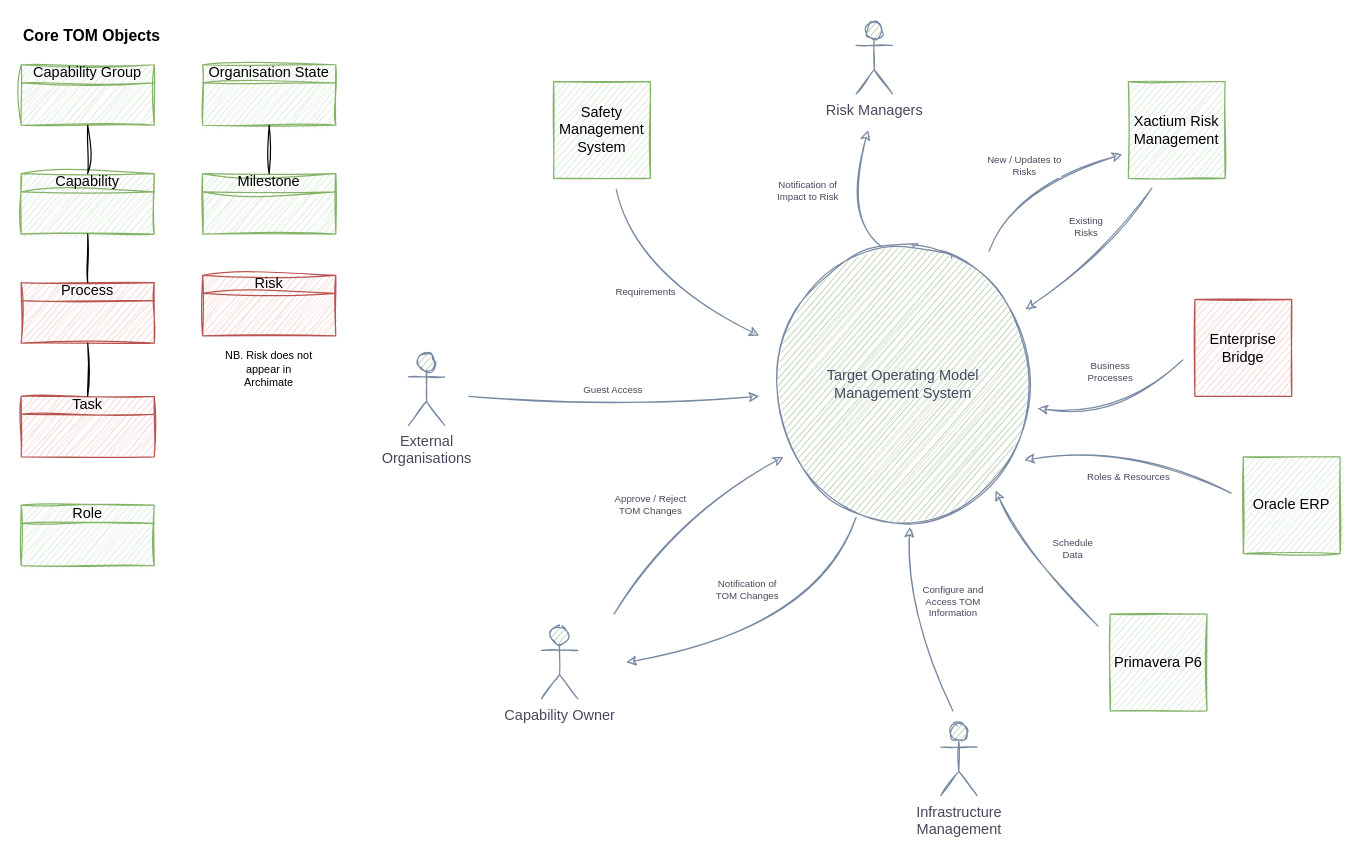
martinlt/reference keeps this draw.io diagram as TOM Management.drawio. Above is the earlier version. Source tidied: cells renumbered, new cells numbered last; positions are measured from the earlier drawing's top-left corner, leaving out a move shared by most shapes. Both pictures are drawn from the tidied source at 121%, with x=0, y=0 at pixel (21, 21).
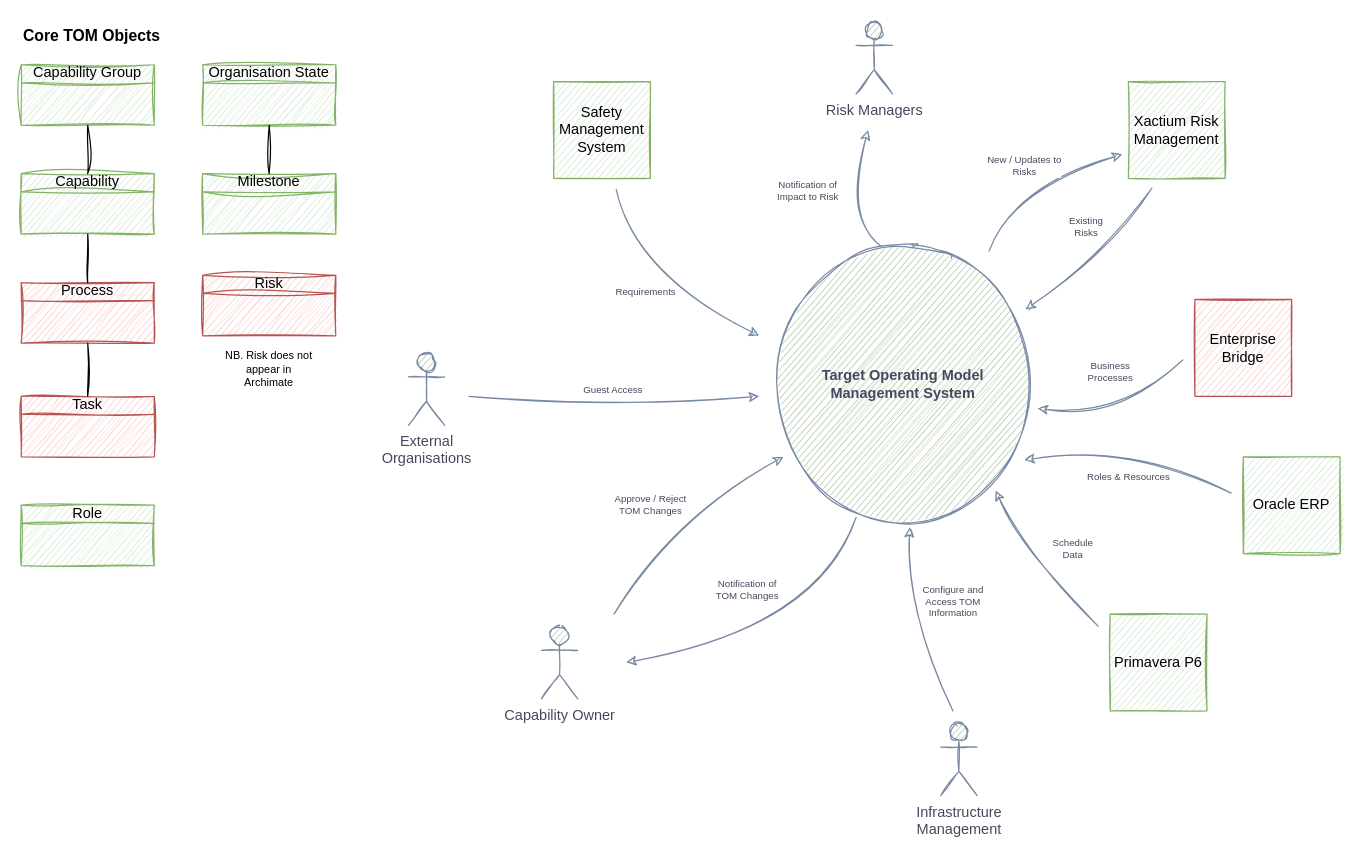
The same diagram, later.

Change to the diagram source:
```diff
@@
-    <mxCell id="3" value="Target Operating Model &lt;br&gt;Management System" style="ellipse;whiteSpace=wrap;html=1;sketch=1;fillColor=#B2C9AB;strokeColor=#788AA3;fontColor=#46495D;" parent="1" vertex="1">
+    <mxCell id="3" value="Target Operating Model &lt;br&gt;Management System" style="ellipse;whiteSpace=wrap;html=1;sketch=1;fillColor=#B2C9AB;strokeColor=#788AA3;fontColor=#46495D;fontStyle=1;" parent="1" vertex="1">
       <mxGeometry x="619" y="190" width="220" height="220" as="geometry" />
     </mxCell>
```
